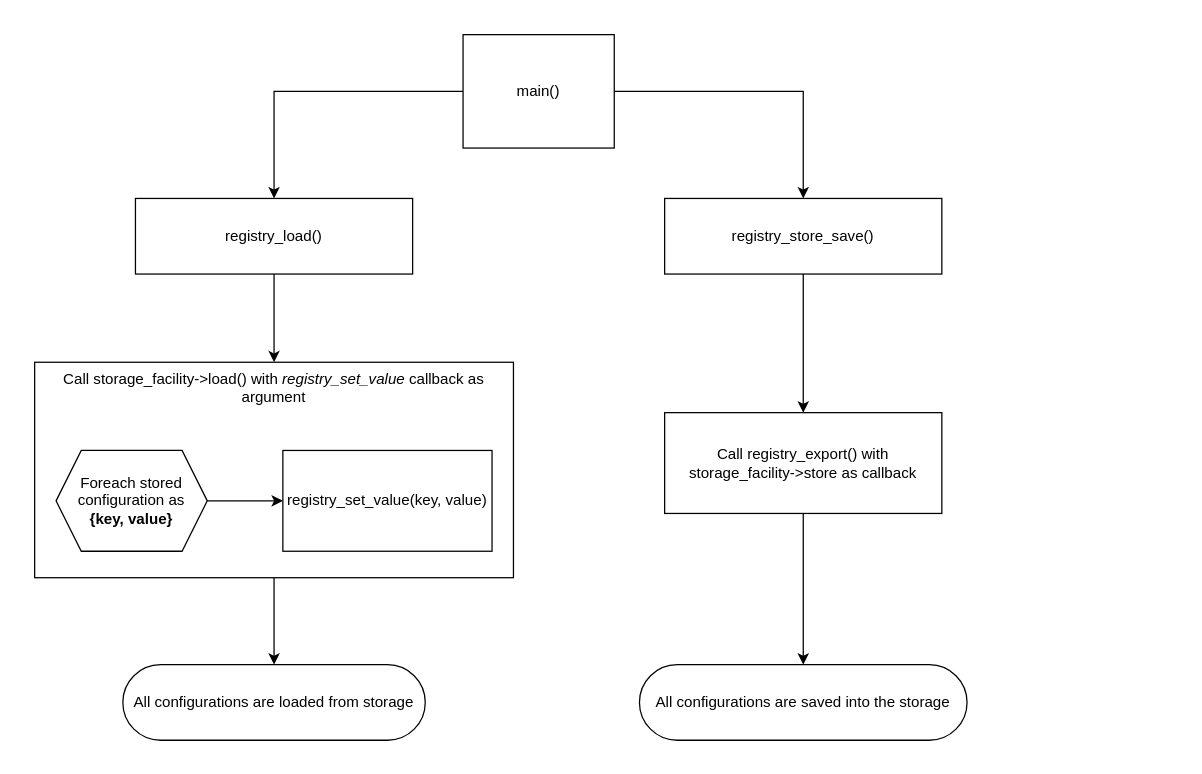
Earlier version of the draw.io diagram doc/drawio/flow/store_behavioral_flow.drawio (LasseRosenow/riot-runtime-config). Source tidied: cells renumbered, new cells numbered last; positions are measured from the earlier drawing's top-left corner, leaving out a move shared by most shapes. Both pictures are drawn from the tidied source at 126%, with x=0, y=0 at pixel (21, 21).
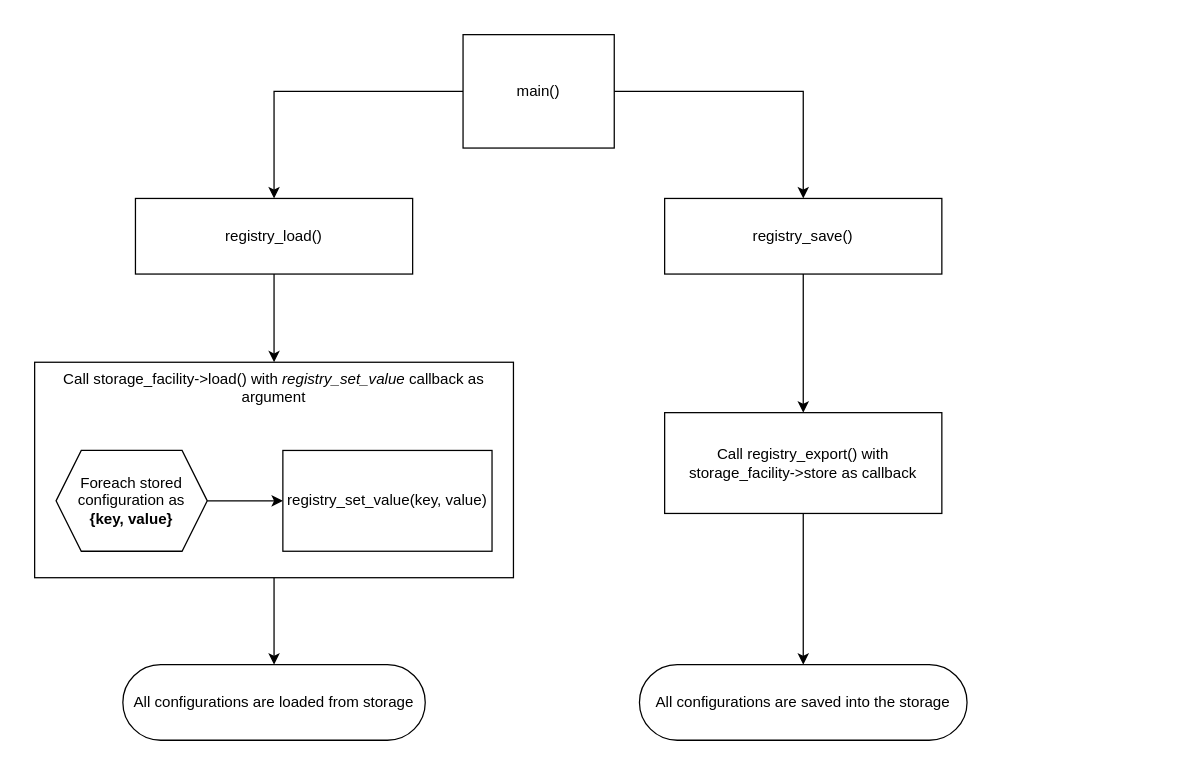
Above is the later version.

The edit, as a diff of the source:
```diff
@@
 <mxGraphModel background="#FFFFFF">
   <root>
     <mxCell id="0" />
     <mxCell id="1" parent="0" />
     <mxCell id="2" style="rounded=0;whiteSpace=wrap;html=1;strokeColor=none;" parent="1" vertex="1">
       <mxGeometry width="920" height="580" as="geometry" />
     </mxCell>
     <mxCell id="3" style="edgeStyle=orthogonalEdgeStyle;html=1;rounded=0;" parent="1" edge="1" source="4" target="6">
       <mxGeometry relative="1" as="geometry" />
     </mxCell>
     <mxCell id="4" value="main()" style="rounded=0;whiteSpace=wrap;html=1;" parent="1" vertex="1">
       <mxGeometry x="350" y="10" width="120" height="90" as="geometry" />
     </mxCell>
     <mxCell id="5" style="edgeStyle=elbowEdgeStyle;rounded=0;html=1;" parent="1" edge="1" source="6" target="10">
       <mxGeometry relative="1" as="geometry" />
     </mxCell>
     <mxCell id="6" value="registry_load()" style="rounded=0;whiteSpace=wrap;html=1;" parent="1" vertex="1">
       <mxGeometry x="90" y="140" width="220" height="60" as="geometry" />
     </mxCell>
-    <mxCell id="7" value="registry_store_save()" style="rounded=0;whiteSpace=wrap;html=1;" parent="1" vertex="1">
+    <mxCell id="7" value="registry_save()" style="rounded=0;whiteSpace=wrap;html=1;" parent="1" vertex="1">
       <mxGeometry x="510" y="140" width="220" height="60" as="geometry" />
     </mxCell>
     <mxCell id="8" style="edgeStyle=orthogonalEdgeStyle;html=1;rounded=0;" parent="1" edge="1" source="4" target="7">
       <mxGeometry relative="1" as="geometry" />
     </mxCell>
     <mxCell id="9" style="edgeStyle=elbowEdgeStyle;rounded=0;html=1;entryX=0.5;entryY=0;entryDx=0;entryDy=0;" parent="1" edge="1" source="10" target="11">
       <mxGeometry relative="1" as="geometry" />
     </mxCell>
     <mxCell id="10" value="Call storage_facility-&amp;gt;load() with &lt;i&gt;registry_set_value&lt;/i&gt; callback as argument" style="rounded=0;whiteSpace=wrap;html=1;verticalAlign=top;" parent="1" vertex="1">
       <mxGeometry x="10" y="270" width="380" height="171" as="geometry" />
     </mxCell>
     <mxCell id="11" value="All configurations are loaded from storage" style="rounded=1;whiteSpace=wrap;html=1;arcSize=50;" parent="1" vertex="1">
       <mxGeometry x="80" y="510" width="240" height="60" as="geometry" />
     </mxCell>
     <mxCell id="12" style="edgeStyle=elbowEdgeStyle;rounded=0;html=1;" parent="1" edge="1" source="7" target="14">
       <mxGeometry relative="1" as="geometry" />
     </mxCell>
     <mxCell id="13" value="All configurations are saved into the storage" style="rounded=1;whiteSpace=wrap;html=1;arcSize=50;" parent="1" vertex="1">
       <mxGeometry x="490" y="510" width="260" height="60" as="geometry" />
     </mxCell>
     <mxCell id="14" value="Call registry_export() with storage_facility-&amp;gt;store as callback" style="rounded=0;whiteSpace=wrap;html=1;" parent="1" vertex="1">
       <mxGeometry x="510" y="310" width="220" height="80" as="geometry" />
     </mxCell>
     <mxCell id="15" style="edgeStyle=elbowEdgeStyle;rounded=0;html=1;entryX=0.5;entryY=0;entryDx=0;entryDy=0;" parent="1" edge="1" source="14" target="13">
       <mxGeometry relative="1" as="geometry" />
     </mxCell>
     <mxCell id="16" style="edgeStyle=elbowEdgeStyle;rounded=0;html=1;exitX=1;exitY=0.5;exitDx=0;exitDy=0;" parent="1" edge="1" source="18" target="17">
       <mxGeometry relative="1" as="geometry" />
     </mxCell>
     <mxCell id="17" value="registry_set_value(key, value)" style="rounded=0;whiteSpace=wrap;html=1;" parent="1" vertex="1">
       <mxGeometry x="207" y="340" width="166" height="80" as="geometry" />
     </mxCell>
     <mxCell id="18" value="Foreach stored configuration&amp;nbsp;as&lt;br&gt;&lt;b&gt;{key, value}&lt;/b&gt;" style="shape=hexagon;perimeter=hexagonPerimeter2;whiteSpace=wrap;html=1;fixedSize=1;" parent="1" vertex="1">
       <mxGeometry x="27" y="340" width="120" height="80" as="geometry" />
     </mxCell>
   </root>
 </mxGraphModel>
```
